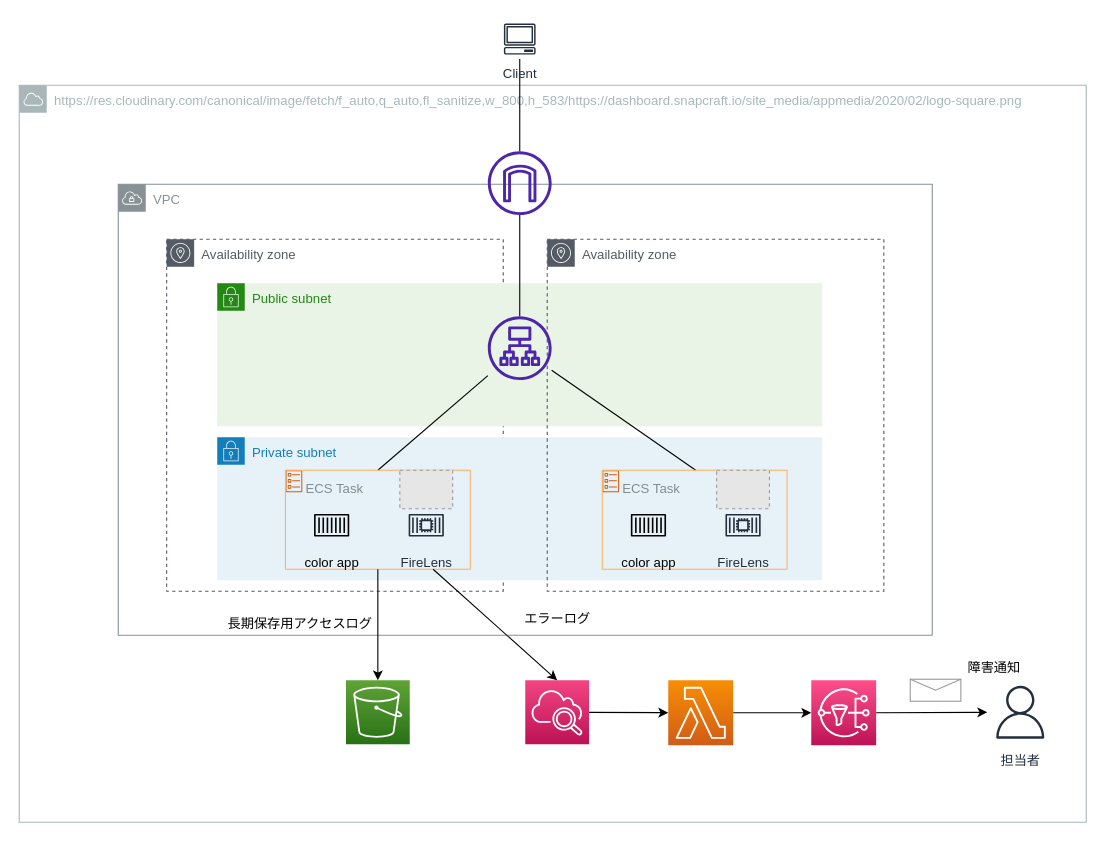
This is ecs_cloudwatch_logs/system_archi.drawio from bun913/aws_network_practice, a draw.io file, before an edit. Source tidied: cells renumbered, new cells numbered last; positions are measured from the earlier drawing's top-left corner, leaving out a move shared by most shapes. Both pictures are drawn from the tidied source at 110%, with x=0, y=0 at pixel (19, 19). Pictures stored in the file or linked from it are replaced by grey dashed boxes.
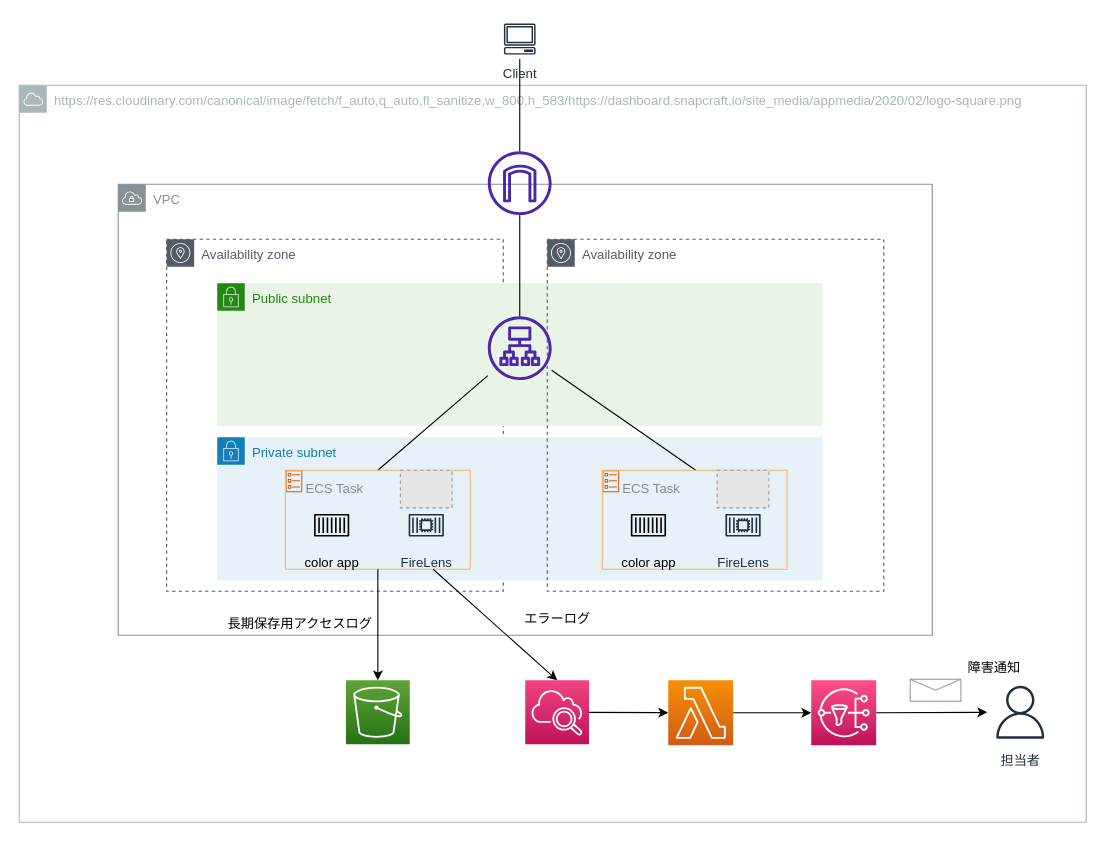
The same diagram, later.

The change refers to these unchanged cells:
```xml
<mxCell id="13" style="group;" parent="11" vertex="1">
  <mxGeometry width="208" height="90" as="geometry" />
</mxCell>
<mxCell id="26" style="group;" parent="24" vertex="1">
  <mxGeometry width="208" height="90" as="geometry" />
</mxCell>
```

What changed in the source:
```diff
@@
-    <mxCell id="17" style="fillColor=#E6E6E6;strokeColor=#999999;dashed=1;verticalLabelPosition=bottom;labelBackgroundColor=#ffffff;verticalAlign=top;" parent="13" vertex="1">
-      <mxGeometry x="104" width="48" height="35" as="geometry" />
-    </mxCell>
+    <mxCell id="46" style="fillColor=#E6E6E6;strokeColor=#999999;dashed=1;verticalLabelPosition=bottom;verticalAlign=top;" parent="13" vertex="1">
+      <mxGeometry x="104.5" width="47" height="34.2" as="geometry" />
+    </mxCell>
@@
-    <mxCell id="30" style="fillColor=#E6E6E6;strokeColor=#999999;dashed=1;verticalLabelPosition=bottom;labelBackgroundColor=#ffffff;verticalAlign=top;" parent="26" vertex="1">
-      <mxGeometry x="104" width="48" height="35" as="geometry" />
-    </mxCell>
+    <mxCell id="47" style="fillColor=#E6E6E6;strokeColor=#999999;dashed=1;verticalLabelPosition=bottom;verticalAlign=top;" parent="26" vertex="1">
+      <mxGeometry x="104.5" width="47" height="34.2" as="geometry" />
+    </mxCell>
```
